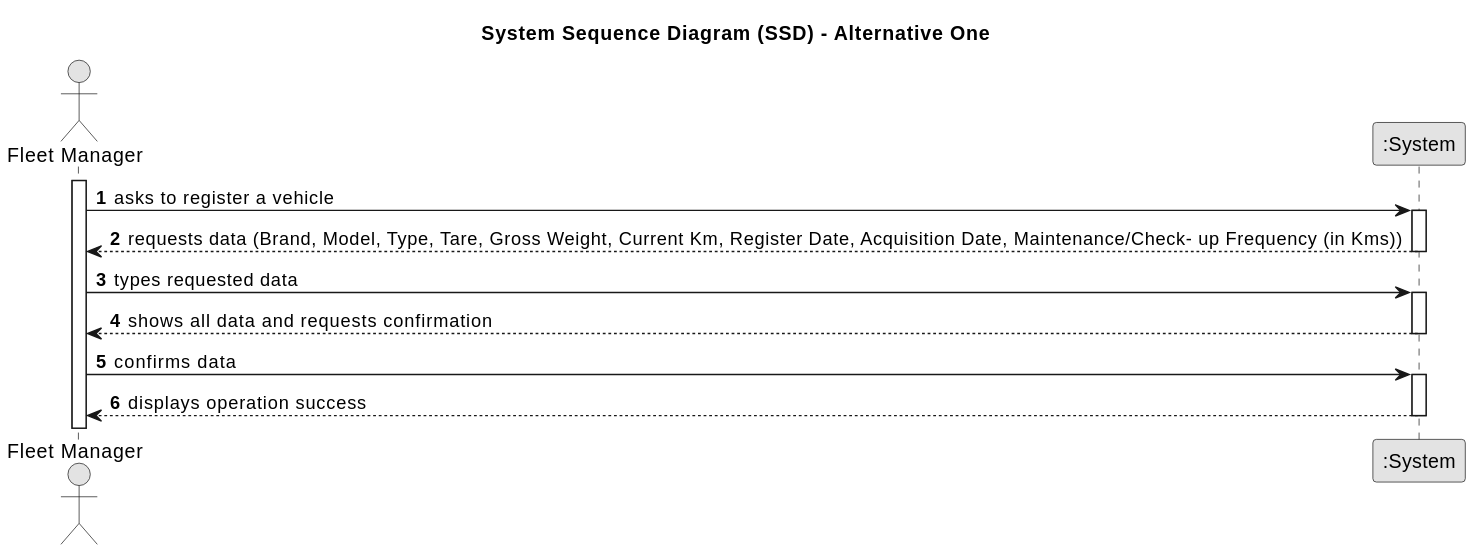
This is docs/sprintA/us006/01.requirements-engineering/svg/us006-system-sequence-diagram-alternative-one.svg from Departamento-de-Engenharia-Informatica/lei-24-s2-1dl-g121, a PlantUML export, as it was before one commit.
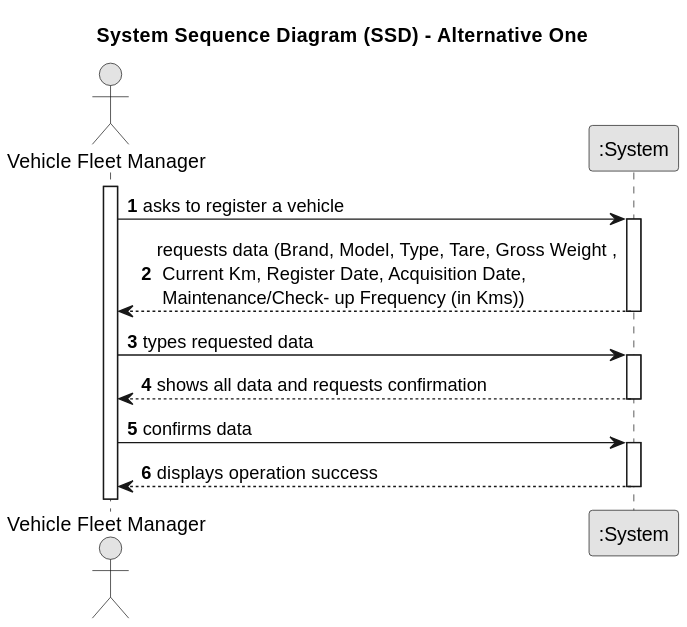
After the change.

The edit, as a diff of the source:
```diff
@@ -7,7 +7,7 @@
 
 autonumber
 
-actor "Fleet Manager" as Employee
+actor "Vehicle Fleet Manager" as Employee
 participant ":System" as System
 
 activate Employee
@@ -15,7 +15,7 @@
     Employee -> System : asks to register a vehicle
     activate System
 
-        System --> Employee : requests data (Brand, Model, Type, Tare, Gross Weight, Current Km, Register Date, Acquisition Date, Maintenance/Check- up Frequency (in Kms))
+        System --> Employee : requests data (Brand, Model, Type, Tare, Gross Weight ,\n Current Km, Register Date, Acquisition Date,\n Maintenance/Check- up Frequency (in Kms))
     deactivate System
 
     Employee -> System : types requested data
```
